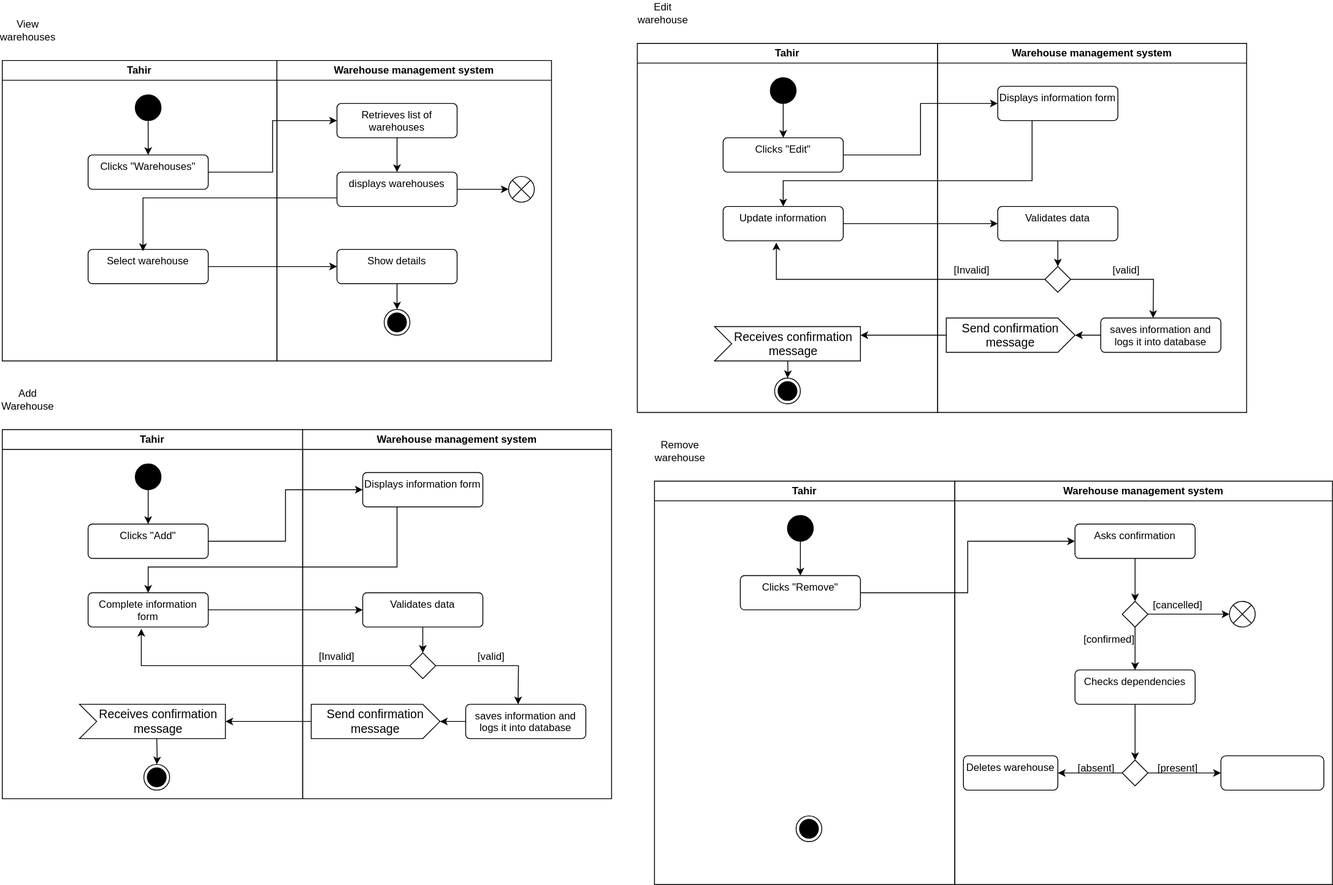
Above: warehouse_act.svg in Simamkele88/IFM3_GP (draw.io), before the change. Source tidied: cells renumbered, new cells last; positions are measured from the earlier drawing's top-left corner, leaving out a move shared by most shapes.
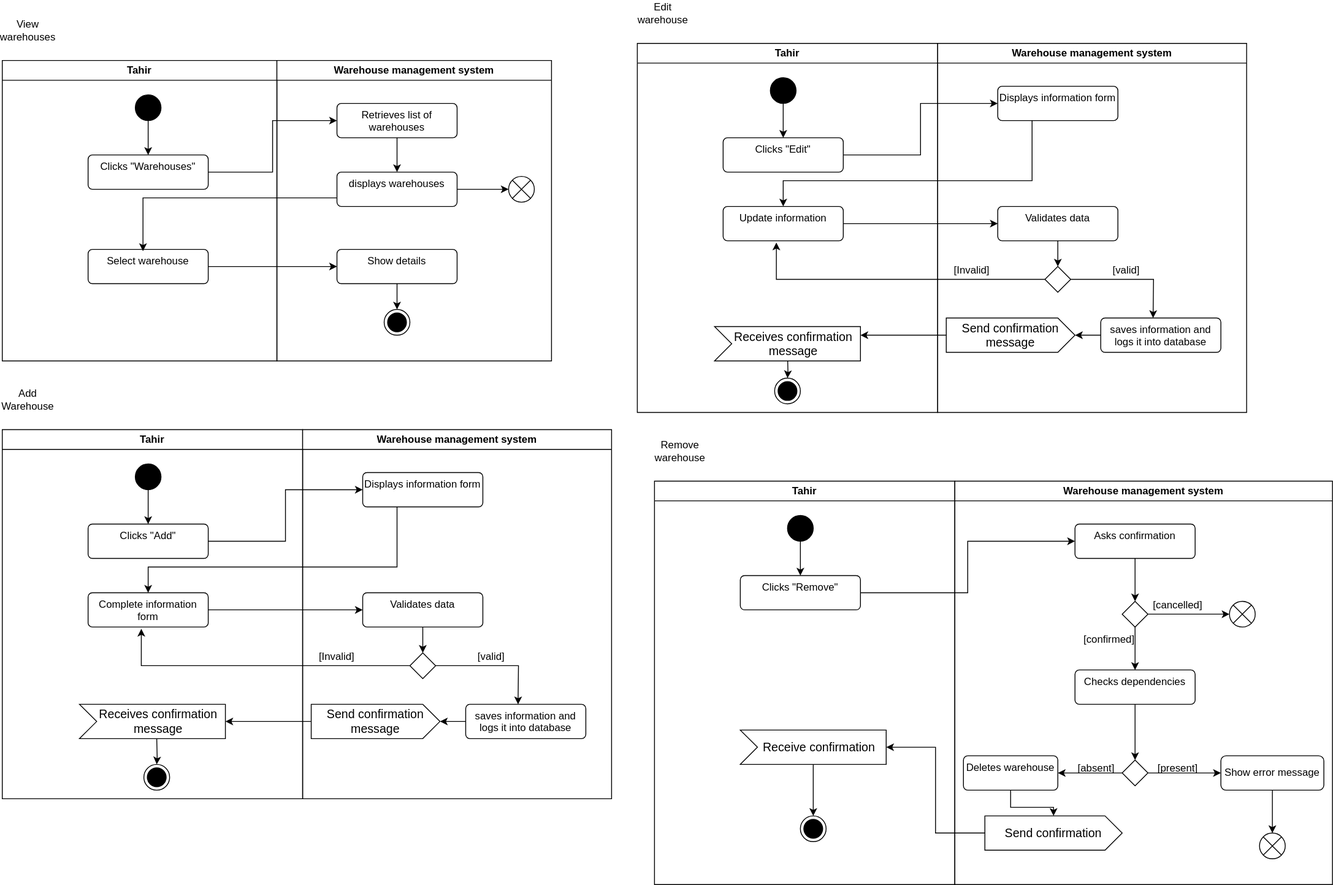
Later version of the same file.

Diff of the diagram source:
```diff
@@ -254,8 +254,14 @@
       <mxGeometry x="100" y="110" width="140" height="40" as="geometry" />
     </mxCell>
     <mxCell id="77" style="ellipse;html=1;shape=endState;fillColor=strokeColor;" parent="73" vertex="1">
-      <mxGeometry x="165" y="390" width="30" height="30" as="geometry" />
+      <mxGeometry x="170" y="390" width="30" height="30" as="geometry" />
     </mxCell>
+    <mxCell id="99" style="edgeStyle=orthogonalEdgeStyle;rounded=0;jettySize=auto;html=1;" parent="73" edge="1" source="100" target="77">
+      <mxGeometry relative="1" as="geometry" />
+    </mxCell>
+    <mxCell id="100" value="Receive confirmation" style="html=1;shape=mxgraph.infographic.ribbonSimple;notch1=20;notch2=0;align=center;verticalAlign=middle;fontSize=14;fontStyle=0;fillColor=#FFFFFF;flipH=0;spacingRight=0;spacingLeft=14;whiteSpace=wrap;" parent="73" vertex="1">
+      <mxGeometry x="100" y="290" width="170" height="40" as="geometry" />
+    </mxCell>
     <mxCell id="78" value="Warehouse management system" style="swimlane;whiteSpace=wrap;html=1;" parent="1" vertex="1">
       <mxGeometry x="1110" y="560" width="440" height="470" as="geometry" />
     </mxCell>
@@ -300,7 +306,10 @@
     <mxCell id="91" style="rhombus;" parent="78" vertex="1">
       <mxGeometry x="195" y="325" width="30" height="30" as="geometry" />
     </mxCell>
+    <mxCell id="101" style="edgeStyle=orthogonalEdgeStyle;rounded=0;jettySize=auto;html=1;" parent="78" edge="1" source="92" target="103">
+      <mxGeometry relative="1" as="geometry" />
+    </mxCell>
-    <mxCell id="92" style="rounded=1;whiteSpace=wrap;html=1;" parent="78" vertex="1">
+    <mxCell id="92" value="Show error message" style="rounded=1;whiteSpace=wrap;html=1;" parent="78" vertex="1">
       <mxGeometry x="310" y="320" width="120" height="40" as="geometry" />
     </mxCell>
     <mxCell id="93" value="[present]&lt;span style=&quot;color: rgba(0, 0, 0, 0); font-family: monospace; font-size: 0px; text-align: start; text-wrap-mode: nowrap;&quot;&gt;%3CmxGraphModel%3E%3Croot%3E%3CmxCell%20id%3D%220%22%2F%3E%3CmxCell%20id%3D%221%22%20parent%3D%220%22%2F%3E%3CmxCell%20id%3D%222%22%20value%3D%22%5Bcancelled%5D%22%20style%3D%22text%3Bhtml%3D1%3Balign%3Dcenter%3BverticalAlign%3Dmiddle%3BwhiteSpace%3Dwrap%3Brounded%3D0%3B%22%20vertex%3D%221%22%20parent%3D%221%22%3E%3CmxGeometry%20x%3D%221440%22%20y%3D%22750%22%20width%3D%2260%22%20height%3D%2230%22%20as%3D%22geometry%22%2F%3E%3C%2FmxCell%3E%3C%2Froot%3E%3C%2FmxGraphModel%3E&lt;/span&gt;" style="text;html=1;align=center;verticalAlign=middle;whiteSpace=wrap;rounded=0;" parent="78" vertex="1">
@@ -309,9 +318,18 @@
     <mxCell id="94" value="[absent]" style="text;html=1;align=center;verticalAlign=middle;whiteSpace=wrap;rounded=0;" parent="78" vertex="1">
       <mxGeometry x="135" y="320" width="60" height="30" as="geometry" />
     </mxCell>
+    <mxCell id="102" style="edgeStyle=orthogonalEdgeStyle;rounded=0;jettySize=auto;html=1;" parent="78" edge="1" source="95" target="104">
+      <mxGeometry relative="1" as="geometry" />
+    </mxCell>
     <mxCell id="95" value="Deletes warehouse" style="html=1;align=center;verticalAlign=top;rounded=1;absoluteArcSize=1;arcSize=10;dashed=0;whiteSpace=wrap;" parent="78" vertex="1">
       <mxGeometry x="10" y="320" width="110" height="40" as="geometry" />
     </mxCell>
+    <mxCell id="103" style="shape=sumEllipse;perimeter=ellipsePerimeter;html=1;backgroundOutline=1;" parent="78" vertex="1">
+      <mxGeometry x="355" y="410" width="30" height="30" as="geometry" />
+    </mxCell>
+    <mxCell id="104" value="Send confirmation" style="html=1;shape=mxgraph.infographic.ribbonSimple;notch1=0;notch2=20;align=center;verticalAlign=middle;fontSize=14;fontStyle=0;fillColor=#FFFFFF;whiteSpace=wrap;" parent="78" vertex="1">
+      <mxGeometry x="35" y="390" width="160" height="40" as="geometry" />
+    </mxCell>
     <mxCell id="96" style="edgeStyle=orthogonalEdgeStyle;rounded=0;jettySize=auto;html=1;entryX=0;entryY=0.5;entryDx=0;entryDy=0;" parent="1" edge="1" source="76" target="80">
       <mxGeometry relative="1" as="geometry" />
     </mxCell>
@@ -321,5 +339,8 @@
     <mxCell id="98" style="edgeStyle=orthogonalEdgeStyle;rounded=0;orthogonalLoop=1;jettySize=auto;html=1;exitX=0.5;exitY=1;exitDx=0;exitDy=0;" parent="1" edge="1" source="97" target="97">
       <mxGeometry relative="1" as="geometry" />
     </mxCell>
+    <mxCell id="105" style="edgeStyle=orthogonalEdgeStyle;rounded=0;jettySize=auto;html=1;entryX=1;entryY=0.5;entryDx=0;entryDy=0;entryPerimeter=0;" parent="1" edge="1" source="104" target="100">
+      <mxGeometry relative="1" as="geometry" />
+    </mxCell>
   </root>
 </mxGraphModel>
```
